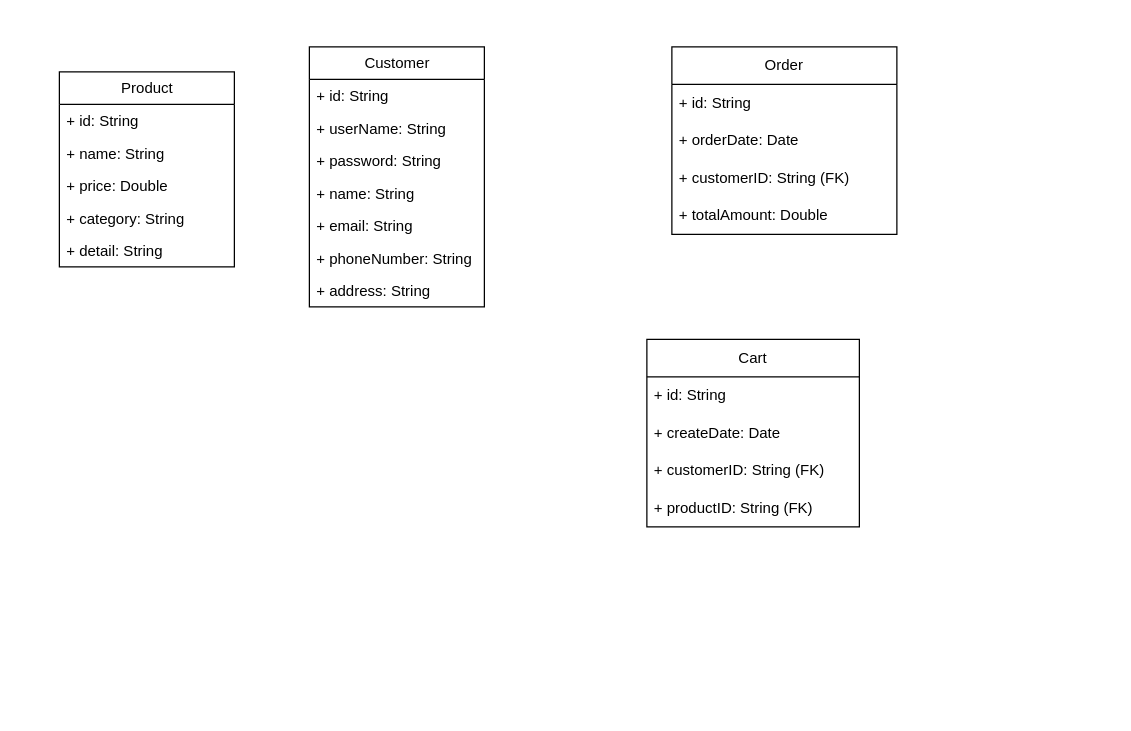
The draw.io diagram Ecommerce/Ecommerce/Biểu đồ không có tiêu đề.drawio in cuongle2503/E-Commerce, before the edit. Source tidied: cells renumbered, new cells numbered last; positions are measured from the earlier drawing's top-left corner, leaving out a move shared by most shapes. Both pictures are drawn from the tidied source at 125%, with x=0, y=0 at pixel (59, 46).
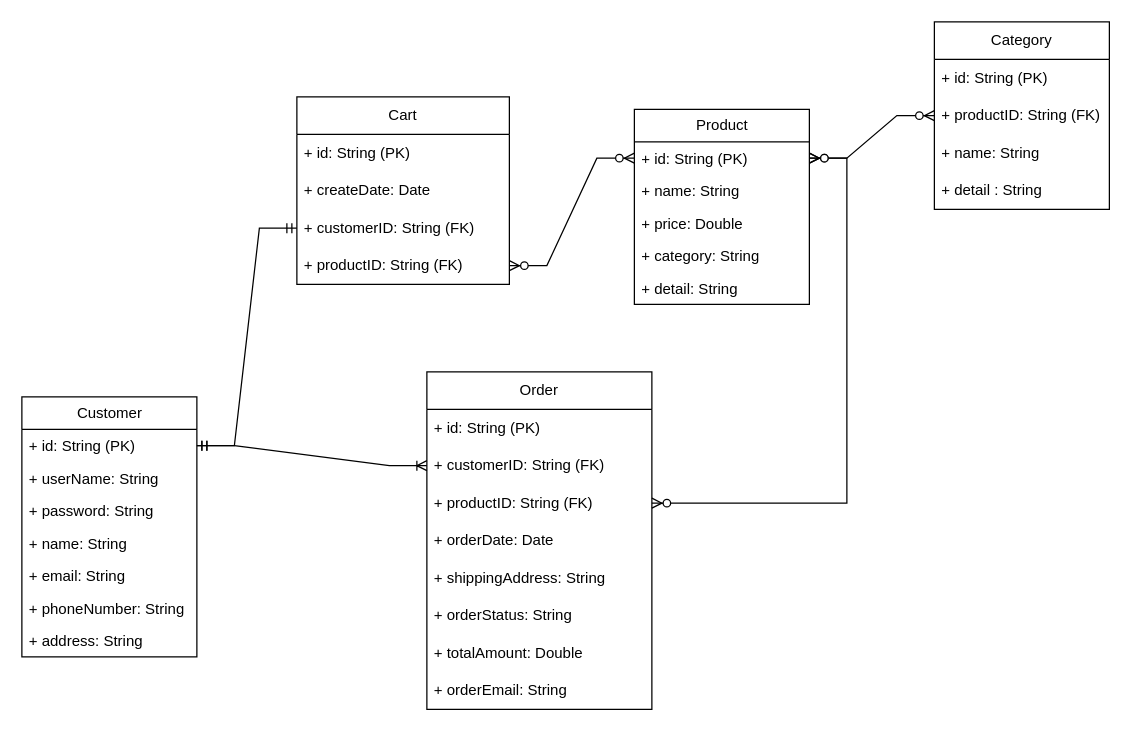
The same page after the edit.

Unchanged cells that the change refers to:
```xml
<mxCell id="24" value="+ customerID: String (FK)" style="text;strokeColor=none;fillColor=none;align=left;verticalAlign=middle;spacingLeft=4;spacingRight=4;overflow=hidden;points=[[0,0.5],[1,0.5]];portConstraint=eastwest;whiteSpace=wrap;html=1;" parent="21" vertex="1">
  <mxGeometry y="90" width="170" height="30" as="geometry" />
</mxCell>
<mxCell id="25" value="+ productID: String (FK)" style="text;strokeColor=none;fillColor=none;align=left;verticalAlign=middle;spacingLeft=4;spacingRight=4;overflow=hidden;points=[[0,0.5],[1,0.5]];portConstraint=eastwest;whiteSpace=wrap;html=1;" parent="21" vertex="1">
  <mxGeometry y="120" width="170" height="30" as="geometry" />
</mxCell>
```

Diff of the diagram source:
```diff
@@
     <mxCell id="2" value="Customer" style="swimlane;fontStyle=0;horizontal=1;startSize=26;fillColor=none;html=1;" parent="1" vertex="1">
-      <mxGeometry x="200" width="140" height="208" as="geometry" />
+      <mxGeometry x="-30" y="280" width="140" height="208" as="geometry" />
     </mxCell>
-    <mxCell id="3" value="+ id: String" style="text;strokeColor=none;fillColor=none;align=left;verticalAlign=top;spacingLeft=4;spacingRight=4;overflow=hidden;points=[[0,0.5],[1,0.5]];portConstraint=eastwest;whiteSpace=wrap;html=1;" parent="2" vertex="1">
+    <mxCell id="3" value="+ id: String (PK)" style="text;strokeColor=none;fillColor=none;align=left;verticalAlign=top;spacingLeft=4;spacingRight=4;overflow=hidden;points=[[0,0.5],[1,0.5]];portConstraint=eastwest;whiteSpace=wrap;html=1;" parent="2" vertex="1">
       <mxGeometry y="26" width="140" height="26" as="geometry" />
     </mxCell>
@@
     <mxCell id="10" value="Product" style="swimlane;fontStyle=0;horizontal=1;startSize=26;fillColor=none;html=1;" parent="1" vertex="1">
-      <mxGeometry y="20" width="140" height="156" as="geometry" />
+      <mxGeometry x="460" y="50" width="140" height="156" as="geometry" />
     </mxCell>
-    <mxCell id="11" value="+ id: String" style="text;strokeColor=none;fillColor=none;align=left;verticalAlign=top;spacingLeft=4;spacingRight=4;overflow=hidden;points=[[0,0.5],[1,0.5]];portConstraint=eastwest;whiteSpace=wrap;html=1;" parent="10" vertex="1">
+    <mxCell id="11" value="+ id: String (PK)" style="text;strokeColor=none;fillColor=none;align=left;verticalAlign=top;spacingLeft=4;spacingRight=4;overflow=hidden;points=[[0,0.5],[1,0.5]];portConstraint=eastwest;whiteSpace=wrap;html=1;" parent="10" vertex="1">
       <mxGeometry y="26" width="140" height="26" as="geometry" />
     </mxCell>
@@
     <mxCell id="16" value="Order" style="swimlane;fontStyle=0;horizontal=1;startSize=30;whiteSpace=wrap;html=1;" parent="1" vertex="1">
-      <mxGeometry x="490" width="180" height="150" as="geometry" />
+      <mxGeometry x="294" y="260" width="180" height="270" as="geometry" />
     </mxCell>
-    <mxCell id="17" value="+ id: String" style="text;strokeColor=none;fillColor=none;align=left;verticalAlign=middle;spacingLeft=4;spacingRight=4;overflow=hidden;whiteSpace=wrap;html=1;" parent="16" vertex="1">
+    <mxCell id="17" value="+ id: String (PK)" style="text;strokeColor=none;fillColor=none;align=left;verticalAlign=middle;spacingLeft=4;spacingRight=4;overflow=hidden;whiteSpace=wrap;html=1;" parent="16" vertex="1">
       <mxGeometry y="30" width="180" height="30" as="geometry" />
     </mxCell>
+    <mxCell id="19" value="+ customerID: String (FK)" style="text;strokeColor=none;fillColor=none;align=left;verticalAlign=middle;spacingLeft=4;spacingRight=4;overflow=hidden;points=[[0,0.5],[1,0.5]];portConstraint=eastwest;whiteSpace=wrap;html=1;" parent="16" vertex="1">
+      <mxGeometry y="60" width="180" height="30" as="geometry" />
+    </mxCell>
+    <mxCell id="26" value="+ productID: String (FK)" style="text;strokeColor=none;fillColor=none;align=left;verticalAlign=middle;spacingLeft=4;spacingRight=4;overflow=hidden;points=[[0,0.5],[1,0.5]];portConstraint=eastwest;whiteSpace=wrap;html=1;" parent="16" vertex="1">
+      <mxGeometry y="90" width="180" height="30" as="geometry" />
+    </mxCell>
     <mxCell id="18" value="+ orderDate: Date&amp;nbsp;" style="text;strokeColor=none;fillColor=none;align=left;verticalAlign=middle;spacingLeft=4;spacingRight=4;overflow=hidden;whiteSpace=wrap;html=1;" parent="16" vertex="1">
-      <mxGeometry y="60" width="180" height="30" as="geometry" />
+      <mxGeometry y="120" width="180" height="30" as="geometry" />
     </mxCell>
-    <mxCell id="19" value="+ customerID: String (FK)" style="text;strokeColor=none;fillColor=none;align=left;verticalAlign=middle;spacingLeft=4;spacingRight=4;overflow=hidden;points=[[0,0.5],[1,0.5]];portConstraint=eastwest;whiteSpace=wrap;html=1;" parent="16" vertex="1">
-      <mxGeometry y="90" width="180" height="30" as="geometry" />
-    </mxCell>
+    <mxCell id="27" value="+ shippingAddress: String" style="text;strokeColor=none;fillColor=none;align=left;verticalAlign=middle;spacingLeft=4;spacingRight=4;overflow=hidden;whiteSpace=wrap;html=1;" parent="16" vertex="1">
+      <mxGeometry y="150" width="180" height="30" as="geometry" />
+    </mxCell>
+    <mxCell id="28" value="+ orderStatus: String" style="text;strokeColor=none;fillColor=none;align=left;verticalAlign=middle;spacingLeft=4;spacingRight=4;overflow=hidden;whiteSpace=wrap;html=1;" parent="16" vertex="1">
+      <mxGeometry y="180" width="180" height="30" as="geometry" />
+    </mxCell>
     <mxCell id="20" value="+ totalAmount: Double" style="text;strokeColor=none;fillColor=none;align=left;verticalAlign=middle;spacingLeft=4;spacingRight=4;overflow=hidden;whiteSpace=wrap;html=1;" parent="16" vertex="1">
-      <mxGeometry y="120" width="180" height="30" as="geometry" />
+      <mxGeometry y="210" width="180" height="30" as="geometry" />
     </mxCell>
+    <mxCell id="29" value="+ orderEmail: String" style="text;strokeColor=none;fillColor=none;align=left;verticalAlign=middle;spacingLeft=4;spacingRight=4;overflow=hidden;whiteSpace=wrap;html=1;" parent="16" vertex="1">
+      <mxGeometry y="240" width="180" height="30" as="geometry" />
+    </mxCell>
     <mxCell id="21" value="Cart" style="swimlane;fontStyle=0;horizontal=1;startSize=30;whiteSpace=wrap;html=1;" parent="1" vertex="1">
-      <mxGeometry x="470" y="234" width="170" height="150" as="geometry" />
+      <mxGeometry x="190" y="40" width="170" height="150" as="geometry" />
     </mxCell>
-    <mxCell id="22" value="+ id: String" style="text;strokeColor=none;fillColor=none;align=left;verticalAlign=middle;spacingLeft=4;spacingRight=4;overflow=hidden;whiteSpace=wrap;html=1;" parent="21" vertex="1">
+    <mxCell id="22" value="+ id: String (PK)" style="text;strokeColor=none;fillColor=none;align=left;verticalAlign=middle;spacingLeft=4;spacingRight=4;overflow=hidden;whiteSpace=wrap;html=1;" parent="21" vertex="1">
       <mxGeometry y="30" width="170" height="30" as="geometry" />
     </mxCell>
@@
+    <mxCell id="30" value="Category" style="swimlane;fontStyle=0;horizontal=1;startSize=30;whiteSpace=wrap;html=1;" parent="1" vertex="1">
+      <mxGeometry x="700" y="-20" width="140" height="150" as="geometry" />
+    </mxCell>
+    <mxCell id="31" value="+ id: String (PK)" style="text;strokeColor=none;fillColor=none;align=left;verticalAlign=middle;spacingLeft=4;spacingRight=4;overflow=hidden;whiteSpace=wrap;html=1;" parent="30" vertex="1">
+      <mxGeometry y="30" width="140" height="30" as="geometry" />
+    </mxCell>
+    <mxCell id="32" value="+ productID: String (FK)" style="text;strokeColor=none;fillColor=none;align=left;verticalAlign=middle;spacingLeft=4;spacingRight=4;overflow=hidden;points=[[0,0.5],[1,0.5]];portConstraint=eastwest;whiteSpace=wrap;html=1;" parent="30" vertex="1">
+      <mxGeometry y="60" width="140" height="30" as="geometry" />
+    </mxCell>
+    <mxCell id="33" value="+ name: String" style="text;strokeColor=none;fillColor=none;align=left;verticalAlign=middle;spacingLeft=4;spacingRight=4;overflow=hidden;whiteSpace=wrap;html=1;" parent="30" vertex="1">
+      <mxGeometry y="90" width="140" height="30" as="geometry" />
+    </mxCell>
+    <mxCell id="34" value="+ detail : String" style="text;strokeColor=none;fillColor=none;align=left;verticalAlign=middle;spacingLeft=4;spacingRight=4;overflow=hidden;whiteSpace=wrap;html=1;" parent="30" vertex="1">
+      <mxGeometry y="120" width="140" height="30" as="geometry" />
+    </mxCell>
+    <mxCell id="35" style="edgeStyle=entityRelationEdgeStyle;fontSize=12;html=1;endArrow=ERzeroToMany;endFill=1;startArrow=ERzeroToMany;rounded=0;exitX=1;exitY=0.5;exitDx=0;exitDy=0;" parent="1" edge="1" source="26" target="11">
+      <mxGeometry relative="1" as="geometry">
+        <Array as="points">
+          <mxPoint x="480" y="520" />
+          <mxPoint x="660" y="300" />
+          <mxPoint x="620" y="350" />
+          <mxPoint x="640" y="350" />
+          <mxPoint x="650" y="350" />
+        </Array>
+      </mxGeometry>
+    </mxCell>
+    <mxCell id="36" style="edgeStyle=entityRelationEdgeStyle;fontSize=12;html=1;endArrow=ERoneToMany;startArrow=ERmandOne;rounded=0;exitX=1;exitY=0.5;exitDx=0;exitDy=0;entryX=0;entryY=0.5;entryDx=0;entryDy=0;" parent="1" edge="1" source="3" target="19">
+      <mxGeometry relative="1" as="geometry" />
+    </mxCell>
+    <mxCell id="37" style="edgeStyle=entityRelationEdgeStyle;fontSize=12;html=1;endArrow=ERmandOne;startArrow=ERmandOne;rounded=0;exitX=1;exitY=0.5;exitDx=0;exitDy=0;entryX=0;entryY=0.5;entryDx=0;entryDy=0;" parent="1" edge="1" source="3" target="24">
+      <mxGeometry relative="1" as="geometry" />
+    </mxCell>
+    <mxCell id="38" style="edgeStyle=entityRelationEdgeStyle;fontSize=12;html=1;endArrow=ERzeroToMany;endFill=1;startArrow=ERzeroToMany;rounded=0;exitX=1;exitY=0.5;exitDx=0;exitDy=0;entryX=0;entryY=0.5;entryDx=0;entryDy=0;" parent="1" edge="1" source="25" target="11">
+      <mxGeometry relative="1" as="geometry" />
+    </mxCell>
+    <mxCell id="39" style="edgeStyle=entityRelationEdgeStyle;fontSize=12;html=1;endArrow=ERzeroToMany;endFill=1;startArrow=ERzeroToMany;rounded=0;entryX=0;entryY=0.5;entryDx=0;entryDy=0;exitX=1;exitY=0.5;exitDx=0;exitDy=0;" parent="1" edge="1" source="11" target="32">
+      <mxGeometry relative="1" as="geometry" />
+    </mxCell>
```
